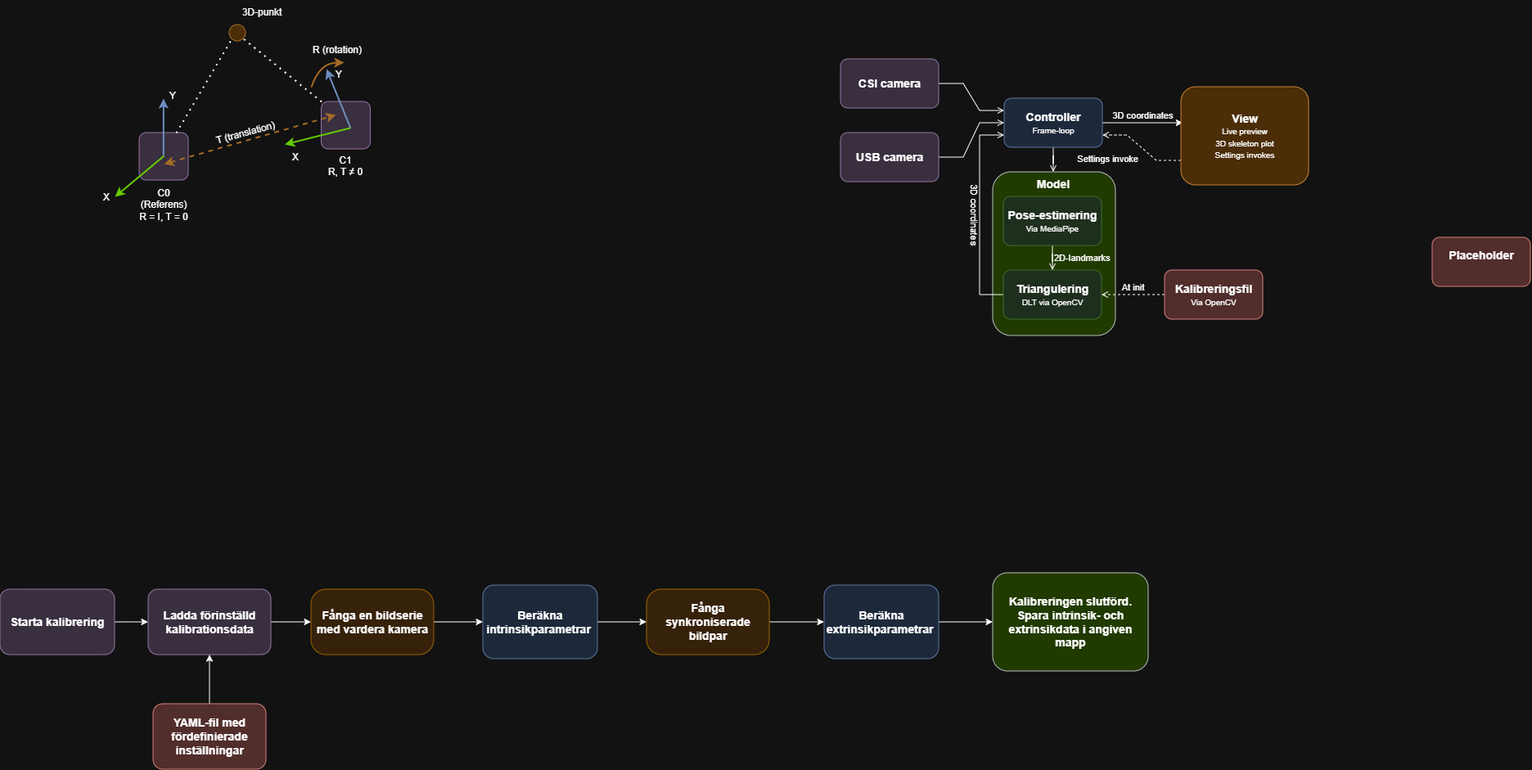
This is docs/images/system_overview.png from JerkaEk/Examensarbete-datateknik, a draw.io export, as it was before one commit. Source tidied: cells renumbered, new cells last; positions are measured from the earlier drawing's top-left corner, leaving out a move shared by most shapes.
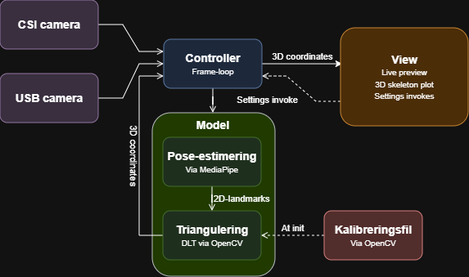
After the commit.

Change to the diagram source:
```diff
@@ -58,134 +58,5 @@
     <mxCell id="18" value="Model" style="text;html=1;whiteSpace=wrap;strokeColor=none;fillColor=none;align=center;verticalAlign=middle;rounded=0;fontStyle=1;fontSize=14;" parent="1" vertex="1">
       <mxGeometry x="1257" y="210" width="60" height="30" as="geometry" />
     </mxCell>
-    <mxCell id="19" value="&lt;span style=&quot;font-size: 14px;&quot;&gt;&lt;b&gt;Placeholder&lt;/b&gt;&lt;/span&gt;&lt;div&gt;&lt;span style=&quot;font-size: 14px;&quot;&gt;&lt;b&gt;&lt;br&gt;&lt;/b&gt;&lt;/span&gt;&lt;/div&gt;" style="rounded=1;whiteSpace=wrap;html=1;fillColor=#f8cecc;strokeColor=#b85450;" parent="1" vertex="1">
-      <mxGeometry x="1750" y="290" width="120" height="60" as="geometry" />
-    </mxCell>
-    <mxCell id="20" style="edgeStyle=orthogonalEdgeStyle;rounded=0;jettySize=auto;html=1;" parent="1" edge="1" source="21" target="23">
-      <mxGeometry relative="1" as="geometry" />
-    </mxCell>
-    <mxCell id="21" value="&lt;b&gt;&lt;font style=&quot;font-size: 14px;&quot;&gt;Starta kalibrering&lt;/font&gt;&lt;/b&gt;" style="rounded=1;whiteSpace=wrap;html=1;glass=0;shadow=0;fillColor=#e1d5e7;strokeColor=#9673a6;" parent="1" vertex="1">
-      <mxGeometry y="720" width="140" height="80" as="geometry" />
-    </mxCell>
-    <mxCell id="22" style="edgeStyle=orthogonalEdgeStyle;rounded=0;jettySize=auto;html=1;entryX=0;entryY=0.5;entryDx=0;entryDy=0;" parent="1" edge="1" source="23" target="27">
-      <mxGeometry relative="1" as="geometry" />
-    </mxCell>
-    <mxCell id="23" value="&lt;span style=&quot;font-size: 14px;&quot;&gt;&lt;b&gt;Ladda förinställd kalibrationsdata&lt;/b&gt;&lt;/span&gt;" style="rounded=1;whiteSpace=wrap;html=1;glass=0;shadow=0;fillColor=#e1d5e7;strokeColor=#9673a6;" parent="1" vertex="1">
-      <mxGeometry x="181" y="720" width="150" height="80" as="geometry" />
-    </mxCell>
-    <mxCell id="24" style="edgeStyle=orthogonalEdgeStyle;rounded=0;jettySize=auto;html=1;" parent="1" edge="1" source="25" target="23">
-      <mxGeometry relative="1" as="geometry" />
-    </mxCell>
-    <mxCell id="25" value="&lt;b&gt;&lt;font style=&quot;font-size: 14px;&quot;&gt;YAML-fil med fördefinierade inställningar&lt;/font&gt;&lt;/b&gt;" style="rounded=1;whiteSpace=wrap;html=1;fillColor=#f8cecc;strokeColor=#b85450;" parent="1" vertex="1">
-      <mxGeometry x="187" y="860" width="138" height="80" as="geometry" />
-    </mxCell>
-    <mxCell id="26" style="edgeStyle=orthogonalEdgeStyle;rounded=0;jettySize=auto;html=1;" parent="1" edge="1" source="27" target="29">
-      <mxGeometry relative="1" as="geometry" />
-    </mxCell>
-    <mxCell id="27" value="&lt;b&gt;&lt;font style=&quot;font-size: 14px;&quot;&gt;Fånga en bildserie med vardera kamera&lt;/font&gt;&lt;/b&gt;" style="rounded=1;whiteSpace=wrap;html=1;fillColor=#ffe6cc;fontSize=12;strokeWidth=1;strokeColor=#d79b00;arcSize=23;" parent="1" vertex="1">
-      <mxGeometry x="380" y="720" width="150" height="80" as="geometry" />
-    </mxCell>
-    <mxCell id="28" style="edgeStyle=orthogonalEdgeStyle;rounded=0;jettySize=auto;html=1;" parent="1" edge="1" source="29" target="31">
-      <mxGeometry relative="1" as="geometry" />
-    </mxCell>
-    <mxCell id="29" value="&lt;span style=&quot;font-size: 14px;&quot;&gt;&lt;b&gt;Beräkna intrinsikparametrar&amp;nbsp;&lt;/b&gt;&lt;/span&gt;" style="rounded=1;whiteSpace=wrap;html=1;fillColor=#dae8fc;strokeColor=#6c8ebf;" parent="1" vertex="1">
-      <mxGeometry x="590" y="715" width="140" height="90" as="geometry" />
-    </mxCell>
-    <mxCell id="30" style="edgeStyle=orthogonalEdgeStyle;rounded=0;jettySize=auto;html=1;" parent="1" edge="1" source="31" target="34">
-      <mxGeometry relative="1" as="geometry" />
-    </mxCell>
-    <mxCell id="31" value="&lt;b&gt;&lt;font style=&quot;font-size: 14px;&quot;&gt;Fånga synkroniserade bildpar&lt;/font&gt;&lt;/b&gt;" style="rounded=1;whiteSpace=wrap;html=1;fillColor=#ffe6cc;fontSize=12;strokeWidth=1;strokeColor=#d79b00;arcSize=23;" parent="1" vertex="1">
-      <mxGeometry x="790" y="720" width="150" height="80" as="geometry" />
-    </mxCell>
-    <mxCell id="32" value="&lt;b&gt;&lt;font style=&quot;font-size: 14px;&quot;&gt;Kalibreringen slutförd. Spara intrinsik- och extrinsikdata i angiven mapp&lt;/font&gt;&lt;/b&gt;" style="rounded=1;whiteSpace=wrap;html=1;fillColor=#cdeb8b;fontSize=12;strokeWidth=1;strokeColor=#36393d;" parent="1" vertex="1">
-      <mxGeometry x="1213" y="700" width="190" height="120" as="geometry" />
-    </mxCell>
-    <mxCell id="33" style="edgeStyle=orthogonalEdgeStyle;rounded=0;jettySize=auto;html=1;" parent="1" edge="1" source="34" target="32">
-      <mxGeometry relative="1" as="geometry" />
-    </mxCell>
-    <mxCell id="34" value="&lt;b style=&quot;font-size: 14px;&quot;&gt;Beräkna extrinsikparametrar&amp;nbsp;&lt;/b&gt;" style="rounded=1;whiteSpace=wrap;html=1;fillColor=#dae8fc;strokeColor=#6c8ebf;" parent="1" vertex="1">
-      <mxGeometry x="1007" y="715" width="140" height="90" as="geometry" />
-    </mxCell>
-    <mxCell id="35" value=" " style="rounded=1;whiteSpace=wrap;html=1;fillColor=#E1D5E7;strokeColor=light-dark(#000000,#9673A6);" parent="1" vertex="1">
-      <mxGeometry x="170" y="162" width="60" height="58" as="geometry" />
-    </mxCell>
-    <mxCell id="36" style="ellipse;whiteSpace=wrap;html=1;strokeColor=#C98531;fillColor=#FAD7AC;" parent="1" vertex="1">
-      <mxGeometry x="280" y="30" width="20" height="20" as="geometry" />
-    </mxCell>
-    <mxCell id="37" style="rounded=1;whiteSpace=wrap;html=1;fillColor=#E1D5E7;strokeColor=light-dark(#000000,#9673A6);" parent="1" vertex="1">
-      <mxGeometry x="392.5" y="124" width="60" height="58" as="geometry" />
-    </mxCell>
-    <mxCell id="38" style="endArrow=classic;html=1;rounded=0;strokeColor=light-dark(#6C8EBF,#6C8EBF);strokeWidth=2;" parent="1" edge="1">
-      <mxGeometry relative="1" as="geometry">
-        <mxPoint x="199.3" y="190" as="sourcePoint" />
-        <mxPoint x="199.3" y="120" as="targetPoint" />
-      </mxGeometry>
-    </mxCell>
-    <mxCell id="39" style="endArrow=classic;html=1;rounded=0;strokeColor=light-dark(#6C8EBF,#6C8EBF);strokeWidth=2;" parent="1" edge="1">
-      <mxGeometry relative="1" as="geometry">
-        <mxPoint x="427.8" y="156" as="sourcePoint" />
-        <mxPoint x="398.5" y="84" as="targetPoint" />
-      </mxGeometry>
-    </mxCell>
-    <mxCell id="40" style="endArrow=classic;html=1;rounded=0;strokeColor=light-dark(#66CC00,#66CC00);strokeWidth=2;" parent="1" edge="1">
-      <mxGeometry relative="1" as="geometry">
-        <mxPoint x="200" y="190" as="sourcePoint" />
-        <mxPoint x="140" y="240" as="targetPoint" />
-      </mxGeometry>
-    </mxCell>
-    <mxCell id="41" style="endArrow=classic;html=1;rounded=0;strokeColor=light-dark(#66CC00,#66CC00);strokeWidth=2;" parent="1" edge="1">
-      <mxGeometry relative="1" as="geometry">
-        <mxPoint x="427.5" y="156" as="sourcePoint" />
-        <mxPoint x="347.5" y="176" as="targetPoint" />
-      </mxGeometry>
-    </mxCell>
-    <mxCell id="42" value="3D-punkt" style="text;html=1;whiteSpace=wrap;strokeColor=none;fillColor=none;align=center;verticalAlign=middle;rounded=0;" parent="1" vertex="1">
-      <mxGeometry x="290" width="60" height="30" as="geometry" />
-    </mxCell>
-    <mxCell id="43" value="Y" style="text;html=1;whiteSpace=wrap;strokeColor=none;fillColor=none;align=center;verticalAlign=middle;rounded=0;" parent="1" vertex="1">
-      <mxGeometry x="181" y="102" width="60" height="30" as="geometry" />
-    </mxCell>
-    <mxCell id="44" value="Y" style="text;html=1;whiteSpace=wrap;strokeColor=none;fillColor=none;align=center;verticalAlign=middle;rounded=0;" parent="1" vertex="1">
-      <mxGeometry x="384" y="76" width="60" height="30" as="geometry" />
-    </mxCell>
-    <mxCell id="45" value="X" style="text;html=1;whiteSpace=wrap;strokeColor=none;fillColor=none;align=center;verticalAlign=middle;rounded=0;rotation=0;" parent="1" vertex="1">
-      <mxGeometry x="100" y="226" width="60" height="30" as="geometry" />
-    </mxCell>
-    <mxCell id="46" value="X" style="text;html=1;whiteSpace=wrap;strokeColor=none;fillColor=none;align=center;verticalAlign=middle;rounded=0;" parent="1" vertex="1">
-      <mxGeometry x="331" y="177" width="60" height="30" as="geometry" />
-    </mxCell>
-    <mxCell id="47" style="endArrow=classic;startArrow=classic;html=1;rounded=0;dashed=1;strokeWidth=2;strokeColor=#C98531;" parent="1" edge="1">
-      <mxGeometry relative="1" as="geometry">
-        <mxPoint x="200" y="200" as="sourcePoint" />
-        <mxPoint x="410" y="140" as="targetPoint" />
-      </mxGeometry>
-    </mxCell>
-    <mxCell id="48" value="C0&#10;(Referens)&#10;R = I, T = 0" style="text;whiteSpace=wrap;align=center;" parent="1" vertex="1">
-      <mxGeometry x="160" y="222" width="80" height="40" as="geometry" />
-    </mxCell>
-    <mxCell id="49" value="C1&#10;R, T ≠ 0" style="text;whiteSpace=wrap;align=center;" parent="1" vertex="1">
-      <mxGeometry x="381.5" y="182" width="80" height="40" as="geometry" />
-    </mxCell>
-    <mxCell id="50" value="T (translation)" style="text;html=1;whiteSpace=wrap;strokeColor=none;fillColor=none;align=center;verticalAlign=middle;rounded=0;rotation=-15;" parent="1" vertex="1">
-      <mxGeometry x="260" y="147" width="80" height="30" as="geometry" />
-    </mxCell>
-    <mxCell id="51" style="curved=1;endArrow=classic;html=1;rounded=0;strokeWidth=2;strokeColor=#C98531;" parent="1" edge="1">
-      <mxGeometry relative="1" as="geometry">
-        <mxPoint x="380" y="106" as="sourcePoint" />
-        <mxPoint x="420" y="76" as="targetPoint" />
-        <Array as="points">
-          <mxPoint x="390" y="76" />
-        </Array>
-      </mxGeometry>
-    </mxCell>
-    <mxCell id="52" value="R (rotation)" style="text;html=1;whiteSpace=wrap;strokeColor=none;fillColor=none;align=center;verticalAlign=middle;rounded=0;rotation=0;" parent="1" vertex="1">
-      <mxGeometry x="372.5" y="46" width="80" height="30" as="geometry" />
-    </mxCell>
-    <mxCell id="53" style="endArrow=none;dashed=1;html=1;dashPattern=1 3;strokeWidth=2;rounded=0;entryX=0;entryY=1;entryDx=0;entryDy=0;exitX=0.75;exitY=0;exitDx=0;exitDy=0;" parent="1" edge="1" source="35" target="36">
-      <mxGeometry relative="1" as="geometry" />
-    </mxCell>
-    <mxCell id="54" style="endArrow=none;dashed=1;html=1;dashPattern=1 3;strokeWidth=2;rounded=0;entryX=1;entryY=1;entryDx=0;entryDy=0;exitX=0;exitY=0;exitDx=0;exitDy=0;" parent="1" edge="1" source="37" target="36">
-      <mxGeometry relative="1" as="geometry" />
-    </mxCell>
   </root>
 </mxGraphModel>
```
